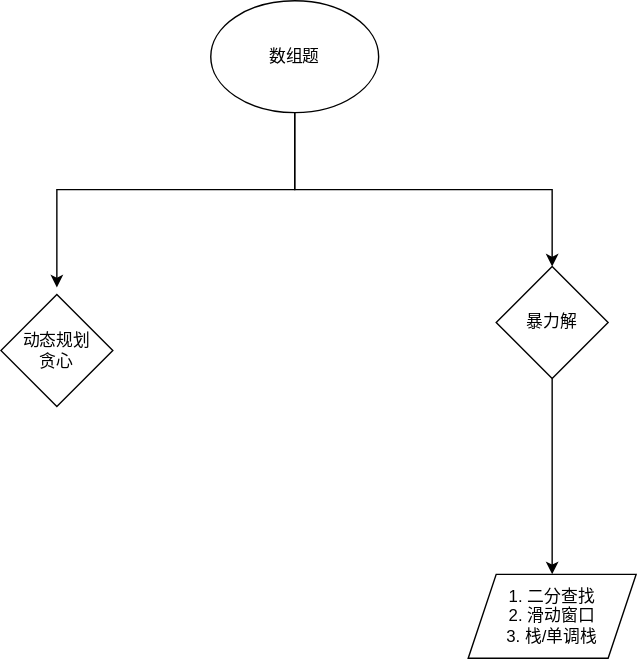
Before: algorithm/graphs/arrayAnalysis.drawio.svg, a diagram exported from draw.io (fangzhzh/leetcode). Source tidied: cells renumbered, new cells last; positions are measured from the earlier drawing's top-left corner, leaving out a move shared by most shapes.
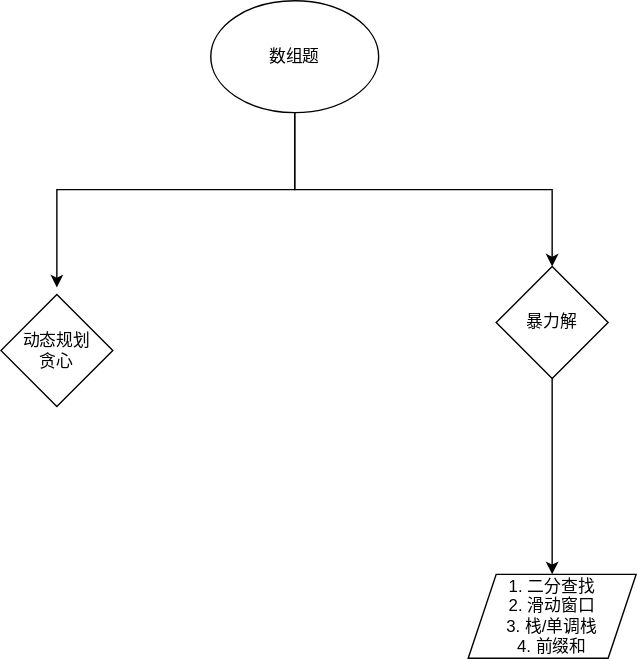
Above is the later version.

The edit, as a diff of the source:
```diff
@@ -27,7 +27,7 @@
     <mxCell id="7" value="暴力解" style="rhombus;whiteSpace=wrap;html=1;" parent="1" vertex="1">
       <mxGeometry x="354" y="190" width="80" height="80" as="geometry" />
     </mxCell>
-    <mxCell id="8" value="1. 二分查找&lt;br&gt;2. 滑动窗口&lt;br&gt;3. 栈/单调栈" style="shape=parallelogram;perimeter=parallelogramPerimeter;whiteSpace=wrap;html=1;fixedSize=1;align=center;" parent="1" vertex="1">
+    <mxCell id="8" value="1. 二分查找&lt;br&gt;2. 滑动窗口&lt;br&gt;3. 栈/单调栈&lt;br&gt;4. 前缀和" style="shape=parallelogram;perimeter=parallelogramPerimeter;whiteSpace=wrap;html=1;fixedSize=1;align=center;" parent="1" vertex="1">
       <mxGeometry x="334" y="410" width="120" height="60" as="geometry" />
     </mxCell>
   </root>
```
